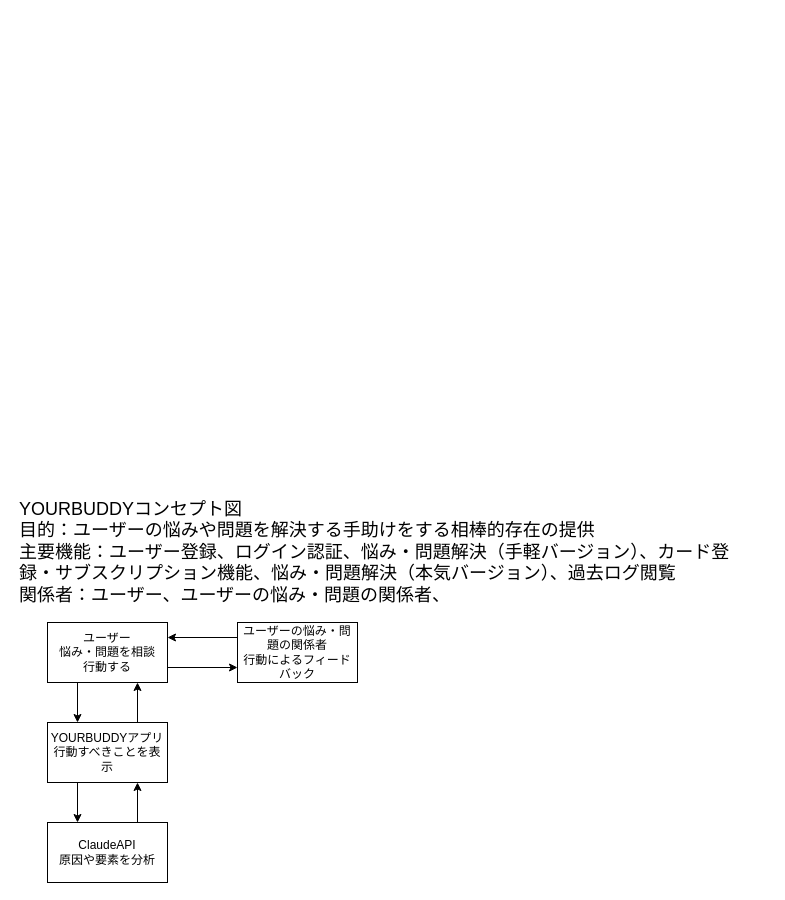
Before: page "コンセプト図" (1 of 3) of Diagrams/RequirementsDefinitionPhase.drawio in hiroyuki00889/ALL-AIBOX, a draw.io diagram. Source tidied: cells renumbered, new cells numbered last; positions are measured from the earlier drawing's top-left corner, leaving out a move shared by most shapes. Both pictures are drawn from the tidied source at 100%, with x=0, y=0 at pixel (17, 492).
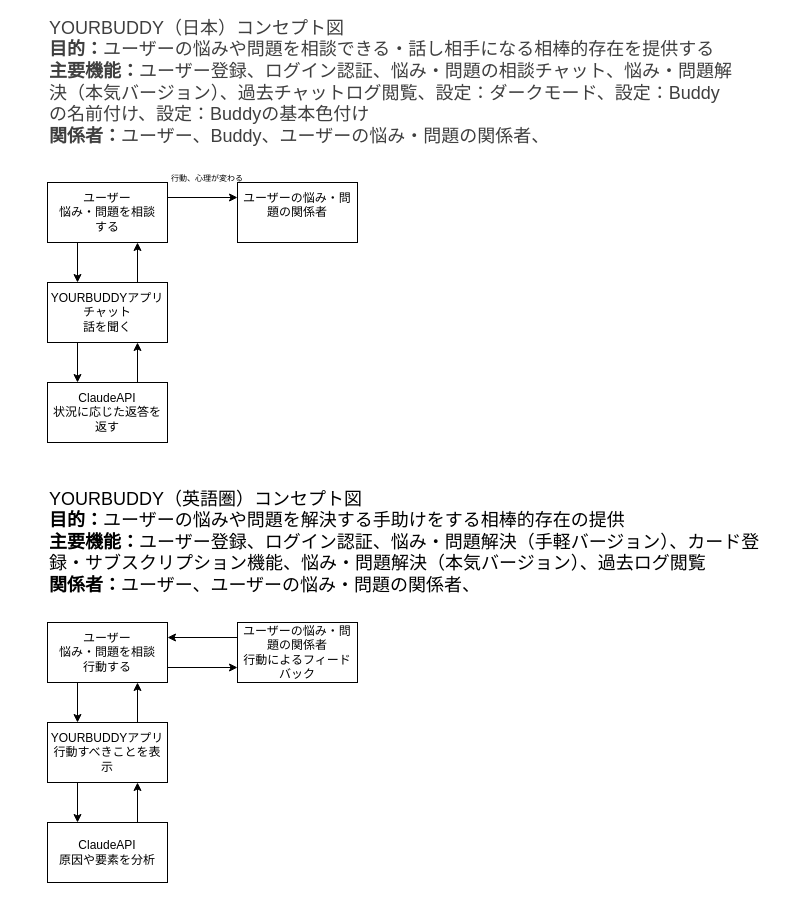
The same diagram, later.

What changed in the source:
```diff
@@
-    <mxCell id="2" value="&lt;font style=&quot;font-size: 18px;&quot;&gt;YOURBUDDYコンセプト図&lt;br&gt;目的：ユーザーの悩みや問題を解決する手助けをする相棒的存在の提供&lt;br&gt;主要機能：ユーザー登録、ログイン認証、悩み・問題解決（手軽バージョン）、カード登録・サブスクリプション機能、悩み・問題解決（本気バージョン）、過去ログ閲覧&lt;br&gt;関係者：ユーザー、ユーザーの悩み・問題の関係者、&lt;/font&gt;" style="text;html=1;strokeColor=none;fillColor=none;align=left;verticalAlign=middle;whiteSpace=wrap;rounded=0;" parent="1" vertex="1">
-      <mxGeometry width="720" height="120" as="geometry" />
+    <mxCell id="2" value="&lt;font style=&quot;font-size: 18px;&quot;&gt;YOURBUDDY（英語圏）コンセプト図&lt;br&gt;&lt;b&gt;目的：&lt;/b&gt;ユーザーの悩みや問題を解決する手助けをする相棒的存在の提供&lt;br&gt;&lt;b&gt;主要機能：&lt;/b&gt;ユーザー登録、ログイン認証、悩み・問題解決（手軽バージョン）、カード登録・サブスクリプション機能、悩み・問題解決（本気バージョン）、過去ログ閲覧&lt;br&gt;&lt;b&gt;関係者：&lt;/b&gt;ユーザー、ユーザーの悩み・問題の関係者、&lt;/font&gt;" style="text;html=1;strokeColor=none;fillColor=none;align=left;verticalAlign=middle;whiteSpace=wrap;rounded=0;" parent="1" vertex="1">
+      <mxGeometry x="30" y="-10" width="720" height="120" as="geometry" />
     </mxCell>
@@
+    <mxCell id="13" value="&lt;span style=&quot;color: rgb(63, 63, 63); font-size: 18px;&quot;&gt;YOURBUDDY（日本）コンセプト図&lt;/span&gt;&lt;br style=&quot;color: rgb(63, 63, 63); font-size: 18px;&quot;&gt;&lt;span style=&quot;color: rgb(63, 63, 63); font-size: 18px;&quot;&gt;&lt;b&gt;目的：&lt;/b&gt;ユーザーの悩みや問題を相談できる・話し相手になる相棒的存在を提供する&lt;/span&gt;&lt;br style=&quot;color: rgb(63, 63, 63); font-size: 18px;&quot;&gt;&lt;span style=&quot;color: rgb(63, 63, 63); font-size: 18px;&quot;&gt;&lt;b&gt;主要機能：&lt;/b&gt;ユーザー登録、ログイン認証、悩み・問題の相談チャット、悩み・問題解決（本気バージョン）、過去チャットログ閲覧、設定：ダークモード、設定：Buddyの名前付け、設定：Buddyの基本色付け&lt;/span&gt;&lt;br style=&quot;color: rgb(63, 63, 63); font-size: 18px;&quot;&gt;&lt;span style=&quot;color: rgb(63, 63, 63); font-size: 18px;&quot;&gt;&lt;b&gt;関係者：&lt;/b&gt;ユーザー、Buddy、ユーザーの悩み・問題の関係者、&lt;/span&gt;" style="text;html=1;align=left;verticalAlign=middle;whiteSpace=wrap;rounded=0;" parent="1" vertex="1">
+      <mxGeometry x="30" y="-470" width="690" height="120" as="geometry" />
+    </mxCell>
+    <mxCell id="14" style="edgeStyle=none;html=1;exitX=0.25;exitY=1;exitDx=0;exitDy=0;entryX=0.25;entryY=0;entryDx=0;entryDy=0;" parent="1" edge="1" source="16" target="22">
+      <mxGeometry relative="1" as="geometry" />
+    </mxCell>
+    <mxCell id="15" style="edgeStyle=none;html=1;exitX=1;exitY=0.25;exitDx=0;exitDy=0;entryX=0;entryY=0.25;entryDx=0;entryDy=0;" parent="1" edge="1" source="16" target="19">
+      <mxGeometry relative="1" as="geometry" />
+    </mxCell>
+    <mxCell id="16" value="ユーザー&lt;br&gt;悩み・問題を相談&lt;br&gt;する" style="rounded=0;whiteSpace=wrap;html=1;" parent="1" vertex="1">
+      <mxGeometry x="30" y="-310" width="120" height="60" as="geometry" />
+    </mxCell>
+    <mxCell id="17" style="edgeStyle=none;html=1;exitX=0.75;exitY=0;exitDx=0;exitDy=0;entryX=0.75;entryY=1;entryDx=0;entryDy=0;" parent="1" edge="1" source="18" target="22">
+      <mxGeometry relative="1" as="geometry" />
+    </mxCell>
+    <mxCell id="18" value="ClaudeAPI&lt;br&gt;状況に応じた返答を返す" style="rounded=0;whiteSpace=wrap;html=1;" parent="1" vertex="1">
+      <mxGeometry x="30" y="-110" width="120" height="60" as="geometry" />
+    </mxCell>
+    <mxCell id="19" value="ユーザーの悩み・問題の関係者&lt;div&gt;&lt;br/&gt;&lt;/div&gt;" style="rounded=0;whiteSpace=wrap;html=1;" parent="1" vertex="1">
+      <mxGeometry x="220" y="-310" width="120" height="60" as="geometry" />
+    </mxCell>
+    <mxCell id="20" style="edgeStyle=none;html=1;exitX=0.75;exitY=0;exitDx=0;exitDy=0;entryX=0.75;entryY=1;entryDx=0;entryDy=0;" parent="1" edge="1" source="22" target="16">
+      <mxGeometry relative="1" as="geometry" />
+    </mxCell>
+    <mxCell id="21" style="edgeStyle=none;html=1;exitX=0.25;exitY=1;exitDx=0;exitDy=0;entryX=0.25;entryY=0;entryDx=0;entryDy=0;" parent="1" edge="1" source="22" target="18">
+      <mxGeometry relative="1" as="geometry" />
+    </mxCell>
+    <mxCell id="22" value="YOURBUDDYアプリチャット&lt;br&gt;話を聞く" style="rounded=0;whiteSpace=wrap;html=1;" parent="1" vertex="1">
+      <mxGeometry x="30" y="-210" width="120" height="60" as="geometry" />
+    </mxCell>
+    <mxCell id="23" value="&lt;font style=&quot;font-size: 8px;&quot;&gt;行動、心理が変わる&lt;/font&gt;" style="text;html=1;align=center;verticalAlign=middle;whiteSpace=wrap;rounded=0;" parent="1" vertex="1">
+      <mxGeometry x="150" y="-330" width="80" height="30" as="geometry" />
+    </mxCell>
```
